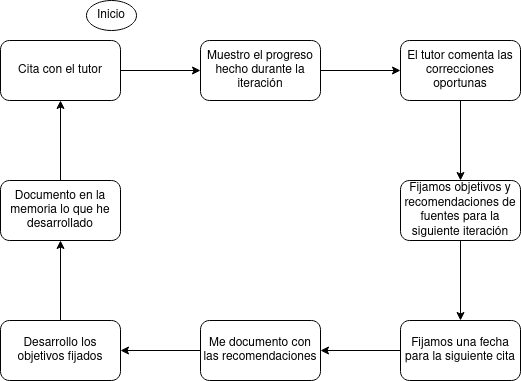
Before: Memoria/archivos/imagenes/diagrama-de-metodologia.png, a diagram exported from draw.io (arturo-source/tfg-motor-juego-y-ia). Source tidied: cells renumbered, new cells last; positions are measured from the earlier drawing's top-left corner, leaving out a move shared by most shapes.
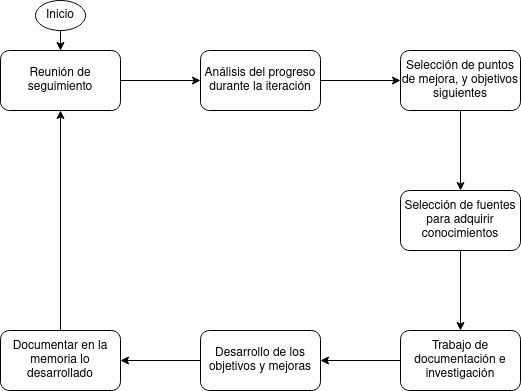
The same file after the commit.

Diff of the diagram source:
```diff
@@ -5,53 +5,50 @@
     <mxCell id="2" style="edgeStyle=orthogonalEdgeStyle;rounded=0;jettySize=auto;html=1;" parent="1" edge="1" source="3" target="5">
       <mxGeometry relative="1" as="geometry" />
     </mxCell>
-    <mxCell id="3" value="Cita con el tutor" style="rounded=1;whiteSpace=wrap;html=1;" parent="1" vertex="1">
+    <mxCell id="3" value="Reunión de seguimiento" style="rounded=1;whiteSpace=wrap;html=1;" parent="1" vertex="1">
       <mxGeometry y="40" width="120" height="60" as="geometry" />
     </mxCell>
     <mxCell id="4" style="edgeStyle=orthogonalEdgeStyle;rounded=0;jettySize=auto;html=1;" parent="1" edge="1" source="5" target="7">
       <mxGeometry relative="1" as="geometry" />
     </mxCell>
-    <mxCell id="5" value="Muestro el progreso hecho durante la iteración" style="rounded=1;whiteSpace=wrap;html=1;" parent="1" vertex="1">
+    <mxCell id="5" value="Análisis del progreso durante la iteración" style="rounded=1;whiteSpace=wrap;html=1;" parent="1" vertex="1">
       <mxGeometry x="200" y="40" width="120" height="60" as="geometry" />
     </mxCell>
     <mxCell id="6" style="edgeStyle=orthogonalEdgeStyle;rounded=0;jettySize=auto;html=1;" parent="1" edge="1" source="7" target="9">
       <mxGeometry relative="1" as="geometry" />
     </mxCell>
-    <mxCell id="7" value="El tutor comenta las correcciones oportunas" style="whiteSpace=wrap;html=1;rounded=1;" parent="1" vertex="1">
+    <mxCell id="7" value="Selección de puntos de mejora, y objetivos siguientes" style="whiteSpace=wrap;html=1;rounded=1;" parent="1" vertex="1">
       <mxGeometry x="400" y="40" width="120" height="60" as="geometry" />
     </mxCell>
     <mxCell id="8" style="edgeStyle=orthogonalEdgeStyle;rounded=0;jettySize=auto;html=1;" parent="1" edge="1" source="9" target="11">
       <mxGeometry relative="1" as="geometry" />
     </mxCell>
-    <mxCell id="9" value="Fijamos objetivos y recomendaciones de fuentes para la siguiente iteración" style="whiteSpace=wrap;html=1;rounded=1;" parent="1" vertex="1">
+    <mxCell id="9" value="Selección de fuentes para adquirir conocimientos" style="whiteSpace=wrap;html=1;rounded=1;" parent="1" vertex="1">
       <mxGeometry x="400" y="180" width="120" height="60" as="geometry" />
     </mxCell>
     <mxCell id="10" style="edgeStyle=orthogonalEdgeStyle;rounded=0;jettySize=auto;html=1;" parent="1" edge="1" source="11" target="13">
       <mxGeometry relative="1" as="geometry" />
     </mxCell>
-    <mxCell id="11" value="Fijamos una fecha para la siguiente cita" style="whiteSpace=wrap;html=1;rounded=1;" parent="1" vertex="1">
+    <mxCell id="11" value="Trabajo de documentación e investigación" style="whiteSpace=wrap;html=1;rounded=1;" parent="1" vertex="1">
       <mxGeometry x="400" y="320" width="120" height="60" as="geometry" />
     </mxCell>
     <mxCell id="12" style="edgeStyle=orthogonalEdgeStyle;rounded=0;jettySize=auto;html=1;" parent="1" edge="1" source="13" target="15">
       <mxGeometry relative="1" as="geometry" />
     </mxCell>
-    <mxCell id="13" value="Me documento con las recomendaciones" style="whiteSpace=wrap;html=1;rounded=1;" parent="1" vertex="1">
+    <mxCell id="13" value="Desarrollo de los objetivos y mejoras" style="whiteSpace=wrap;html=1;rounded=1;" parent="1" vertex="1">
       <mxGeometry x="200" y="320" width="120" height="60" as="geometry" />
     </mxCell>
-    <mxCell id="14" style="edgeStyle=orthogonalEdgeStyle;rounded=0;jettySize=auto;html=1;" parent="1" edge="1" source="15" target="17">
+    <mxCell id="14" style="edgeStyle=orthogonalEdgeStyle;rounded=0;jettySize=auto;html=1;entryX=0.5;entryY=1;entryDx=0;entryDy=0;" parent="1" edge="1" source="15" target="3">
       <mxGeometry relative="1" as="geometry" />
     </mxCell>
-    <mxCell id="15" value="Desarrollo los objetivos fijados" style="whiteSpace=wrap;html=1;rounded=1;" parent="1" vertex="1">
+    <mxCell id="15" value="Documentar en la memoria lo desarrollado" style="whiteSpace=wrap;html=1;rounded=1;" parent="1" vertex="1">
       <mxGeometry y="320" width="120" height="60" as="geometry" />
     </mxCell>
-    <mxCell id="16" style="edgeStyle=orthogonalEdgeStyle;rounded=0;jettySize=auto;html=1;" parent="1" edge="1" source="17" target="3">
-      <mxGeometry relative="1" as="geometry" />
-    </mxCell>
-    <mxCell id="17" value="Documento en la memoria lo que he desarrollado" style="whiteSpace=wrap;html=1;rounded=1;" parent="1" vertex="1">
-      <mxGeometry y="180" width="120" height="60" as="geometry" />
-    </mxCell>
+    <mxCell id="19" style="edgeStyle=orthogonalEdgeStyle;rounded=0;jettySize=auto;html=1;" parent="1" edge="1" source="18" target="3">
+      <mxGeometry relative="1" as="geometry" />
+    </mxCell>
     <mxCell id="18" value="Inicio" style="ellipse;whiteSpace=wrap;html=1;" parent="1" vertex="1">
-      <mxGeometry x="86" width="50" height="30" as="geometry" />
+      <mxGeometry x="35" y="-10" width="50" height="30" as="geometry" />
     </mxCell>
   </root>
 </mxGraphModel>
```
